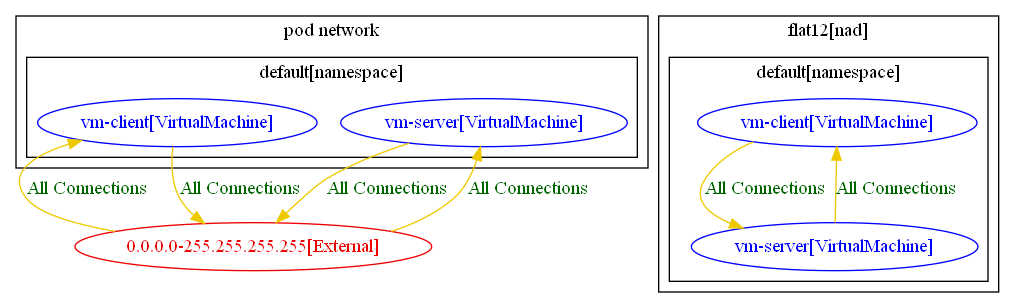
The Graphviz diagram test_outputs/connlist/nad_test_2_connlist_output.dot.png in np-guard/netpol-analyzer, before a commit. Its source is kept beside it as test_outputs/connlist/nad_test_2_connlist_output.dot.
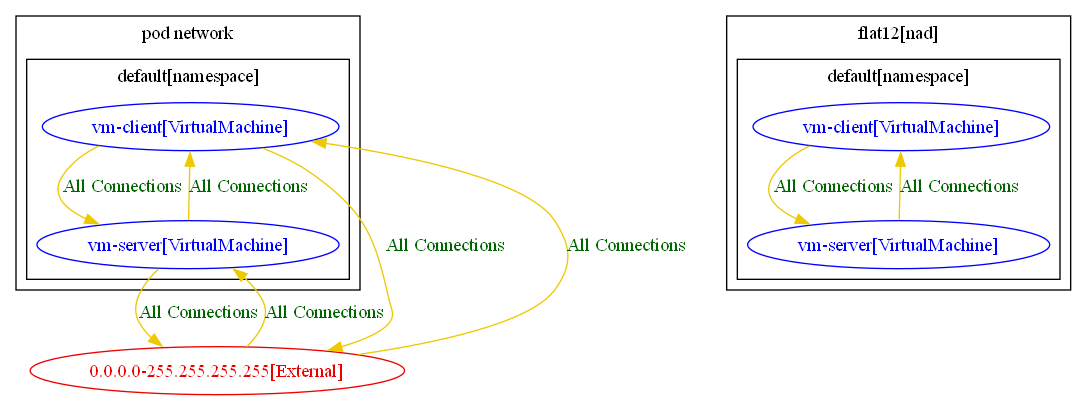
After the change.

Diff of the diagram source:
```diff
@@ -23,7 +23,9 @@
 	"0.0.0.0-255.255.255.255[External]" -> "default/vm-client[VirtualMachine]" [label="All Connections" color="gold2" fontcolor="darkgreen" weight=0.5]
 	"0.0.0.0-255.255.255.255[External]" -> "default/vm-server[VirtualMachine]" [label="All Connections" color="gold2" fontcolor="darkgreen" weight=0.5]
 	"default/vm-client[VirtualMachine]" -> "0.0.0.0-255.255.255.255[External]" [label="All Connections" color="gold2" fontcolor="darkgreen" weight=1]
+	"default/vm-client[VirtualMachine]" -> "default/vm-server[VirtualMachine]" [label="All Connections" color="gold2" fontcolor="darkgreen" weight=0.5]
 	"default/vm-client[VirtualMachine]flat12" -> "default/vm-server[VirtualMachine]flat12" [label="All Connections" color="gold2" fontcolor="darkgreen" weight=0.5]
 	"default/vm-server[VirtualMachine]" -> "0.0.0.0-255.255.255.255[External]" [label="All Connections" color="gold2" fontcolor="darkgreen" weight=1]
+	"default/vm-server[VirtualMachine]" -> "default/vm-client[VirtualMachine]" [label="All Connections" color="gold2" fontcolor="darkgreen" weight=1]
 	"default/vm-server[VirtualMachine]flat12" -> "default/vm-client[VirtualMachine]flat12" [label="All Connections" color="gold2" fontcolor="darkgreen" weight=1]
 }
```
